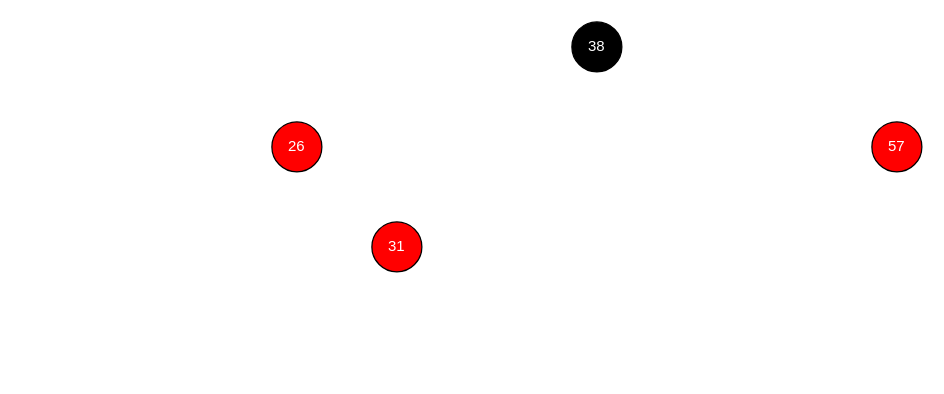
The draw.io diagram red_black_tree.drawio in semihhdemirel/semihhdemirel, before the edit. Source tidied: cells renumbered, new cells numbered last; positions are measured from the earlier drawing's top-left corner, leaving out a move shared by most shapes. Both pictures are drawn from the tidied source at 125%, with x=0, y=0 at pixel (271, 21).
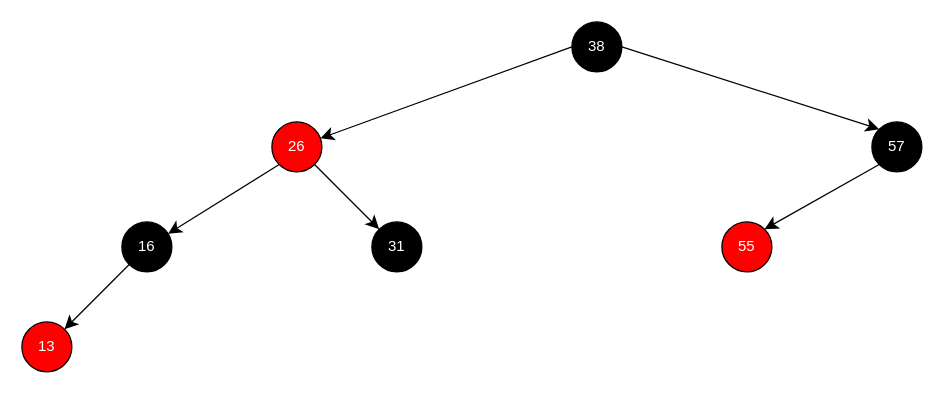
The same page after the edit.

Diff of the diagram source:
```diff
@@
 <mxGraphModel>
   <root>
     <mxCell id="0" />
     <mxCell id="1" parent="0" />
     <mxCell id="2" value="38" style="ellipse;whiteSpace=wrap;html=1;fillColor=#000000;fontColor=#FFFFFF;" parent="1" vertex="1">
       <mxGeometry x="240" width="40" height="40" as="geometry" />
     </mxCell>
     <mxCell id="3" value="26" style="ellipse;whiteSpace=wrap;html=1;fillColor=#FF0000;fontColor=#FFFFFF;" parent="1" vertex="1">
       <mxGeometry y="80" width="40" height="40" as="geometry" />
     </mxCell>
-    <mxCell id="4" value="57" style="ellipse;whiteSpace=wrap;html=1;fillColor=#FF0000;fontColor=#FFFFFF;" parent="1" vertex="1">
+    <mxCell id="4" value="57" style="ellipse;whiteSpace=wrap;html=1;fillColor=#000000;fontColor=#FFFFFF;" parent="1" vertex="1">
       <mxGeometry x="480" y="80" width="40" height="40" as="geometry" />
     </mxCell>
-    <mxCell id="5" value="31" style="ellipse;whiteSpace=wrap;html=1;fillColor=#FF0000;fontColor=#FFFFFF;" parent="1" vertex="1">
+    <mxCell id="5" value="31" style="ellipse;whiteSpace=wrap;html=1;fillColor=#000000;fontColor=#FFFFFF;" parent="1" vertex="1">
       <mxGeometry x="80" y="160" width="40" height="40" as="geometry" />
     </mxCell>
+    <mxCell id="6" style="endArrow=classic;html=1;rounded=0;fontSize=12;startSize=8;endSize=8;curved=1;exitX=0;exitY=0.5;exitDx=0;exitDy=0;" parent="1" edge="1" source="2" target="3">
+      <mxGeometry relative="1" as="geometry" />
+    </mxCell>
+    <mxCell id="7" style="endArrow=classic;html=1;rounded=0;fontSize=12;startSize=8;endSize=8;curved=1;exitX=1;exitY=0.5;exitDx=0;exitDy=0;entryX=0;entryY=0;entryDx=0;entryDy=0;" parent="1" edge="1" source="2" target="4">
+      <mxGeometry relative="1" as="geometry" />
+    </mxCell>
+    <mxCell id="8" style="endArrow=classic;html=1;rounded=0;fontSize=12;startSize=8;endSize=8;curved=1;exitX=1;exitY=1;exitDx=0;exitDy=0;entryX=0;entryY=0;entryDx=0;entryDy=0;" parent="1" edge="1" source="3" target="5">
+      <mxGeometry relative="1" as="geometry" />
+    </mxCell>
+    <mxCell id="9" value="16" style="ellipse;whiteSpace=wrap;html=1;fillColor=#000000;fontColor=#FFFFFF;" parent="1" vertex="1">
+      <mxGeometry x="-120" y="160" width="40" height="40" as="geometry" />
+    </mxCell>
+    <mxCell id="10" style="endArrow=classic;html=1;rounded=0;fontSize=12;startSize=8;endSize=8;curved=1;exitX=0;exitY=1;exitDx=0;exitDy=0;" parent="1" edge="1" source="3" target="9">
+      <mxGeometry relative="1" as="geometry" />
+    </mxCell>
+    <mxCell id="11" value="13" style="ellipse;whiteSpace=wrap;html=1;fillColor=#FF0000;fontColor=#FFFFFF;" parent="1" vertex="1">
+      <mxGeometry x="-200" y="240" width="40" height="40" as="geometry" />
+    </mxCell>
+    <mxCell id="12" style="endArrow=classic;html=1;rounded=0;fontSize=12;startSize=8;endSize=8;curved=1;exitX=0;exitY=1;exitDx=0;exitDy=0;" parent="1" edge="1" source="9" target="11">
+      <mxGeometry relative="1" as="geometry" />
+    </mxCell>
+    <mxCell id="13" value="55" style="ellipse;whiteSpace=wrap;html=1;fillColor=#FF0000;fontColor=#FFFFFF;" parent="1" vertex="1">
+      <mxGeometry x="360" y="160" width="40" height="40" as="geometry" />
+    </mxCell>
+    <mxCell id="14" style="endArrow=classic;html=1;rounded=0;fontSize=12;startSize=8;endSize=8;curved=1;exitX=0;exitY=1;exitDx=0;exitDy=0;entryX=1;entryY=0;entryDx=0;entryDy=0;" parent="1" edge="1" source="4" target="13">
+      <mxGeometry relative="1" as="geometry" />
+    </mxCell>
   </root>
 </mxGraphModel>
```
